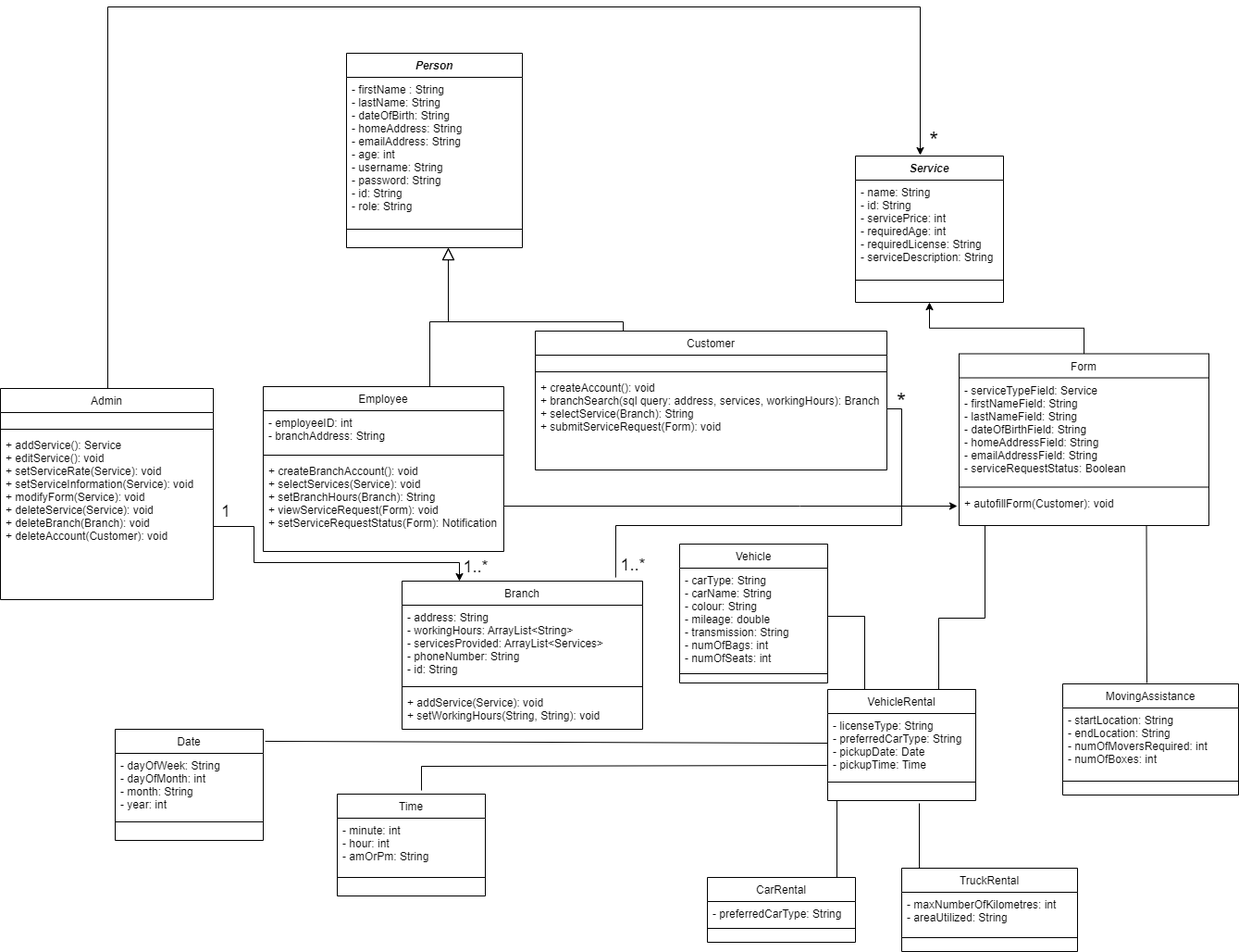
Before: UML Diagram (Updated).png, a diagram exported from draw.io (SEG2105-uottawa/GR_19). Source tidied: cells renumbered, new cells last; positions are measured from the earlier drawing's top-left corner, leaving out a move shared by most shapes.
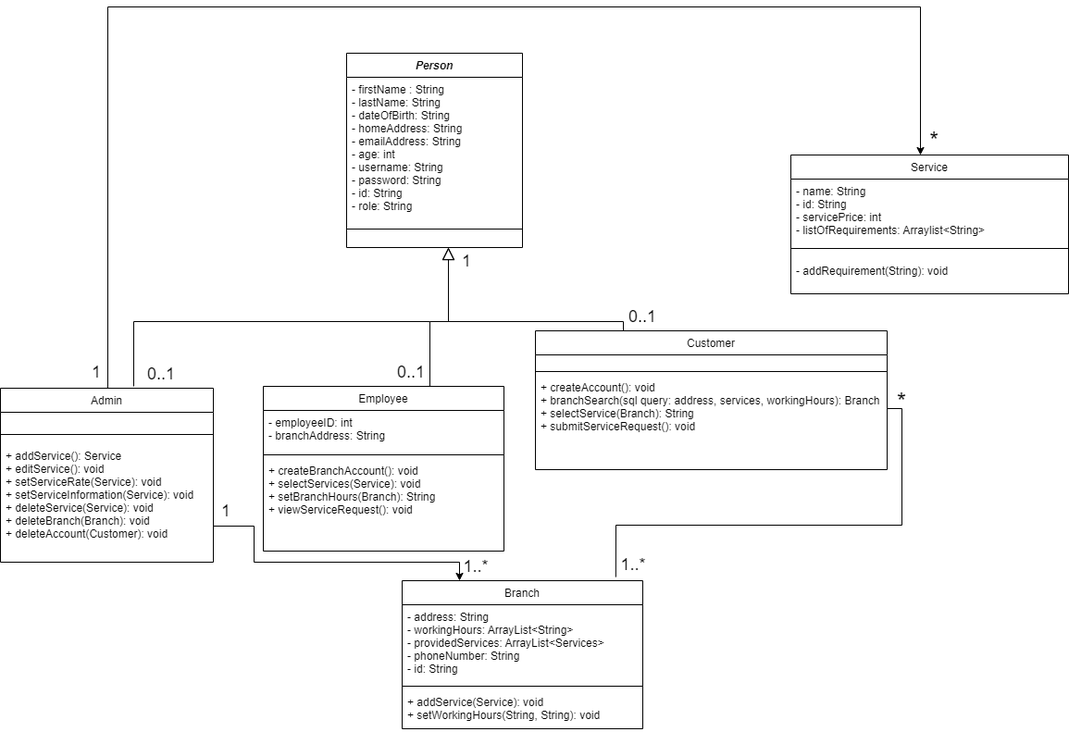
The same file after the commit.

The edit, as a diff of the source:
```diff
@@ -24,3 +24,3 @@
     <mxCell id="6" value="Admin" style="swimlane;fontStyle=0;align=center;verticalAlign=top;horizontal=1;startSize=26;rounded=0;shadow=0;strokeWidth=1;fontColor=default;fillColor=default;strokeColor=default;" parent="1" vertex="1">
-      <mxGeometry y="412" width="230" height="228" as="geometry" />
+      <mxGeometry y="412" width="230" height="188" as="geometry" />
     </mxCell>
@@ -30,16 +30,7 @@
     <mxCell id="8" style="line;html=1;strokeWidth=1;align=left;verticalAlign=middle;spacingTop=-1;spacingLeft=3;spacingRight=3;labelPosition=right;fillColor=default;strokeColor=default;fontColor=default;" parent="6" vertex="1">
-      <mxGeometry y="40" width="230" height="8" as="geometry" />
+      <mxGeometry y="40" width="230" height="20" as="geometry" />
     </mxCell>
-    <mxCell id="9" value="+ addService(): Service&#10;+ editService(): void&#10;+ setServiceRate(Service): void&#10;+ setServiceInformation(Service): void&#10;+ modifyForm(Service): void&#10;+ deleteService(Service): void&#10;+ deleteBranch(Branch): void&#10;+ deleteAccount(Customer): void" style="text;align=left;verticalAlign=top;spacingLeft=4;spacingRight=4;overflow=hidden;points=[[0,0.5],[1,0.5]];portConstraint=eastwest;fontStyle=0;fontColor=default;" parent="6" vertex="1">
-      <mxGeometry y="48" width="230" height="112" as="geometry" />
+    <mxCell id="9" value="+ addService(): Service&#10;+ editService(): void&#10;+ setServiceRate(Service): void&#10;+ setServiceInformation(Service): void&#10;+ deleteService(Service): void&#10;+ deleteBranch(Branch): void&#10;+ deleteAccount(Customer): void" style="text;align=left;verticalAlign=top;spacingLeft=4;spacingRight=4;overflow=hidden;points=[[0,0.5],[1,0.5]];portConstraint=eastwest;fontStyle=0;fontColor=default;" parent="6" vertex="1">
+      <mxGeometry y="60" width="230" height="112" as="geometry" />
     </mxCell>
-    <mxCell id="10" value="Service" style="swimlane;fontStyle=3;align=center;verticalAlign=top;horizontal=1;startSize=26;rounded=0;shadow=0;strokeWidth=1;" parent="1" vertex="1">
-      <mxGeometry x="924" y="161" width="160" height="158" as="geometry" />
-    </mxCell>
-    <mxCell id="11" value="- name: String&#10;- id: String&#10;- servicePrice: int&#10;- requiredAge: int&#10;- requiredLicense: String&#10;- serviceDescription: String" style="text;align=left;verticalAlign=top;spacingLeft=4;spacingRight=4;overflow=hidden;" parent="10" vertex="1">
-      <mxGeometry y="26" width="160" height="104" as="geometry" />
-    </mxCell>
-    <mxCell id="12" style="line;html=1;strokeWidth=1;align=left;verticalAlign=middle;spacingTop=-1;spacingLeft=3;spacingRight=3;labelPosition=right;" parent="10" vertex="1">
-      <mxGeometry y="130" width="160" height="8" as="geometry" />
-    </mxCell>
     <mxCell id="13" style="edgeStyle=orthogonalEdgeStyle;rounded=0;jettySize=auto;html=1;exitX=0.75;exitY=0;exitDx=0;exitDy=0;strokeColor=#000000;labelBackgroundColor=default;fontColor=default;endArrow=block;endFill=0;strokeWidth=1;endSize=11;" parent="1" edge="1" source="14">
@@ -63,3 +54,3 @@
     </mxCell>
-    <mxCell id="17" value="+ createBranchAccount(): void&#10;+ selectServices(Service): void&#10;+ setBranchHours(Branch): String&#10;+ viewServiceRequest(Form): void&#10;+ setServiceRequestStatus(Form): Notification" style="text;align=left;verticalAlign=top;spacingLeft=4;spacingRight=4;overflow=hidden;fontStyle=0;" parent="14" vertex="1">
+    <mxCell id="17" value="+ createBranchAccount(): void&#10;+ selectServices(Service): void&#10;+ setBranchHours(Branch): String&#10;+ viewServiceRequest(): void" style="text;align=left;verticalAlign=top;spacingLeft=4;spacingRight=4;overflow=hidden;fontStyle=0;" parent="14" vertex="1">
       <mxGeometry y="78" width="260" height="100" as="geometry" />
@@ -84,66 +75,5 @@
     </mxCell>
-    <mxCell id="22" value="+ createAccount(): void&#10;+ branchSearch(sql query: address, services, workingHours): Branch&#10;+ selectService(Branch): String&#10;+ submitServiceRequest(Form): void" style="text;align=left;verticalAlign=top;spacingLeft=4;spacingRight=4;overflow=hidden;points=[[0,0.5],[1,0.5]];portConstraint=eastwest;fontStyle=0;" parent="19" vertex="1">
+    <mxCell id="22" value="+ createAccount(): void&#10;+ branchSearch(sql query: address, services, workingHours): Branch&#10;+ selectService(Branch): String&#10;+ submitServiceRequest(): void" style="text;align=left;verticalAlign=top;spacingLeft=4;spacingRight=4;overflow=hidden;points=[[0,0.5],[1,0.5]];portConstraint=eastwest;fontStyle=0;" parent="19" vertex="1">
       <mxGeometry y="48" width="380" height="72" as="geometry" />
     </mxCell>
-    <mxCell id="23" style="edgeStyle=orthogonalEdgeStyle;rounded=0;jettySize=auto;html=1;exitX=0.5;exitY=0;exitDx=0;exitDy=0;entryX=0.5;entryY=1;entryDx=0;entryDy=0;strokeColor=#000000;" parent="1" edge="1" source="24" target="10">
-      <mxGeometry relative="1" as="geometry" />
-    </mxCell>
-    <mxCell id="24" value="Form" style="swimlane;fontStyle=0;align=center;verticalAlign=top;horizontal=1;startSize=26;rounded=0;shadow=0;strokeWidth=1;fontColor=default;" parent="1" vertex="1">
-      <mxGeometry x="1036" y="374.5" width="270" height="185.5" as="geometry" />
-    </mxCell>
-    <mxCell id="25" value="- serviceTypeField: Service&#10;- firstNameField: String&#10;- lastNameField: String&#10;- dateOfBirthField: String&#10;- homeAddressField: String&#10;- emailAddressField: String&#10;- serviceRequestStatus: Boolean" style="text;align=left;verticalAlign=top;spacingLeft=4;spacingRight=4;overflow=hidden;" parent="24" vertex="1">
-      <mxGeometry y="26" width="270" height="114" as="geometry" />
-    </mxCell>
-    <mxCell id="26" style="line;html=1;strokeWidth=1;align=left;verticalAlign=middle;spacingTop=-1;spacingLeft=3;spacingRight=3;labelPosition=right;" parent="24" vertex="1">
-      <mxGeometry y="140" width="270" height="8" as="geometry" />
-    </mxCell>
-    <mxCell id="27" value="+ autofillForm(Customer): void" style="text;align=left;verticalAlign=top;spacingLeft=4;spacingRight=4;overflow=hidden;fontStyle=0;" parent="24" vertex="1">
-      <mxGeometry y="148" width="270" height="26" as="geometry" />
-    </mxCell>
-    <mxCell id="28" value="CarRental" style="swimlane;fontStyle=0;align=center;verticalAlign=top;horizontal=1;startSize=26;rounded=0;shadow=0;strokeWidth=1;" parent="1" vertex="1">
-      <mxGeometry x="764" y="940" width="160" height="70" as="geometry" />
-    </mxCell>
-    <mxCell id="29" value="- preferredCarType: String&#10;" style="text;align=left;verticalAlign=top;spacingLeft=4;spacingRight=4;overflow=hidden;" parent="28" vertex="1">
-      <mxGeometry y="26" width="160" height="24" as="geometry" />
-    </mxCell>
-    <mxCell id="30" style="line;html=1;strokeWidth=1;align=left;verticalAlign=middle;spacingTop=-1;spacingLeft=3;spacingRight=3;labelPosition=right;" parent="28" vertex="1">
-      <mxGeometry y="50" width="160" height="10" as="geometry" />
-    </mxCell>
-    <mxCell id="31" value="TruckRental" style="swimlane;fontStyle=0;align=center;verticalAlign=top;horizontal=1;startSize=26;rounded=0;shadow=0;strokeWidth=1;" parent="1" vertex="1">
-      <mxGeometry x="974" y="930" width="190" height="90" as="geometry" />
-    </mxCell>
-    <mxCell id="32" value="- maxNumberOfKilometres: int&#10;- areaUtilized: String" style="text;align=left;verticalAlign=top;spacingLeft=4;spacingRight=4;overflow=hidden;" parent="31" vertex="1">
-      <mxGeometry y="26" width="190" height="44" as="geometry" />
-    </mxCell>
-    <mxCell id="33" style="line;html=1;strokeWidth=1;align=left;verticalAlign=middle;spacingTop=-1;spacingLeft=3;spacingRight=3;labelPosition=right;" parent="31" vertex="1">
-      <mxGeometry y="70" width="190" height="10" as="geometry" />
-    </mxCell>
-    <mxCell id="34" value="VehicleRental" style="swimlane;fontStyle=0;align=center;verticalAlign=top;horizontal=1;startSize=26;rounded=0;shadow=0;strokeWidth=1;" parent="1" vertex="1">
-      <mxGeometry x="894" y="737" width="160" height="120" as="geometry" />
-    </mxCell>
-    <mxCell id="35" value="- licenseType: String&#10;- preferredCarType: String&#10;- pickupDate: Date&#10;- pickupTime: Time&#10;" style="text;align=left;verticalAlign=top;spacingLeft=4;spacingRight=4;overflow=hidden;points=[[0,0.5],[1,0.5]];portConstraint=eastwest;" parent="34" vertex="1">
-      <mxGeometry y="26" width="160" height="64" as="geometry" />
-    </mxCell>
-    <mxCell id="36" style="line;html=1;strokeWidth=1;align=left;verticalAlign=middle;spacingTop=-1;spacingLeft=3;spacingRight=3;labelPosition=right;" parent="34" vertex="1">
-      <mxGeometry y="90" width="160" height="20" as="geometry" />
-    </mxCell>
-    <mxCell id="37" value="MovingAssistance" style="swimlane;fontStyle=0;align=center;verticalAlign=top;horizontal=1;startSize=26;rounded=0;shadow=0;strokeWidth=1;fillColor=default;strokeColor=default;fontColor=default;" parent="1" vertex="1">
-      <mxGeometry x="1148" y="731" width="190" height="120" as="geometry" />
-    </mxCell>
-    <mxCell id="38" value="- startLocation: String&#10;- endLocation: String&#10;- numOfMoversRequired: int&#10;- numOfBoxes: int" style="text;align=left;verticalAlign=top;spacingLeft=4;spacingRight=4;overflow=hidden;" parent="37" vertex="1">
-      <mxGeometry y="26" width="190" height="74" as="geometry" />
-    </mxCell>
-    <mxCell id="39" style="line;html=1;strokeWidth=1;align=left;verticalAlign=middle;spacingTop=-1;spacingLeft=3;spacingRight=3;labelPosition=right;" parent="37" vertex="1">
-      <mxGeometry y="100" width="190" height="10" as="geometry" />
-    </mxCell>
-    <mxCell id="40" style="edgeStyle=orthogonalEdgeStyle;rounded=0;orthogonalLoop=1;jettySize=auto;html=1;strokeColor=#000000;" parent="1" edge="1">
-      <mxGeometry relative="1" as="geometry">
-        <mxPoint x="544" y="539" as="sourcePoint" />
-        <mxPoint x="1034" y="539" as="targetPoint" />
-        <Array as="points">
-          <mxPoint x="864" y="539" />
-          <mxPoint x="864" y="539" />
-        </Array>
-      </mxGeometry>
-    </mxCell>
     <mxCell id="41" style="edgeStyle=orthogonalEdgeStyle;rounded=0;jettySize=auto;html=1;exitX=1;exitY=0.5;exitDx=0;exitDy=0;strokeColor=#000000;labelBackgroundColor=default;fontColor=default;" parent="1" edge="1" source="9">
@@ -159,29 +89,2 @@
     </mxCell>
-    <mxCell id="42" value="Date" style="swimlane;fontStyle=0;align=center;verticalAlign=top;horizontal=1;startSize=26;rounded=0;shadow=0;strokeWidth=1;" parent="1" vertex="1">
-      <mxGeometry x="124" y="780" width="160" height="120" as="geometry" />
-    </mxCell>
-    <mxCell id="43" value="- dayOfWeek: String&#10;- dayOfMonth: int&#10;- month: String&#10;- year: int" style="text;align=left;verticalAlign=top;spacingLeft=4;spacingRight=4;overflow=hidden;" parent="42" vertex="1">
-      <mxGeometry y="26" width="160" height="64" as="geometry" />
-    </mxCell>
-    <mxCell id="44" style="line;html=1;strokeWidth=1;align=left;verticalAlign=middle;spacingTop=-1;spacingLeft=3;spacingRight=3;labelPosition=right;" parent="42" vertex="1">
-      <mxGeometry y="90" width="160" height="20" as="geometry" />
-    </mxCell>
-    <mxCell id="45" value="Time" style="swimlane;fontStyle=0;align=center;verticalAlign=top;horizontal=1;startSize=26;rounded=0;shadow=0;strokeWidth=1;" parent="1" vertex="1">
-      <mxGeometry x="364" y="850" width="160" height="110" as="geometry" />
-    </mxCell>
-    <mxCell id="46" value="- minute: int&#10;- hour: int&#10;- amOrPm: String" style="text;align=left;verticalAlign=top;spacingLeft=4;spacingRight=4;overflow=hidden;" parent="45" vertex="1">
-      <mxGeometry y="26" width="160" height="54" as="geometry" />
-    </mxCell>
-    <mxCell id="47" style="line;html=1;strokeWidth=1;align=left;verticalAlign=middle;spacingTop=-1;spacingLeft=3;spacingRight=3;labelPosition=right;" parent="45" vertex="1">
-      <mxGeometry y="80" width="160" height="20" as="geometry" />
-    </mxCell>
-    <mxCell id="48" value="Vehicle" style="swimlane;fontStyle=0;align=center;verticalAlign=top;horizontal=1;startSize=26;rounded=0;shadow=0;strokeWidth=1;" parent="1" vertex="1">
-      <mxGeometry x="734" y="580" width="160" height="150" as="geometry" />
-    </mxCell>
-    <mxCell id="49" value="- carType: String&#10;- carName: String&#10;- colour: String&#10;- mileage: double&#10;- transmission: String&#10;- numOfBags: int&#10;- numOfSeats: int&#10;- " style="text;align=left;verticalAlign=top;spacingLeft=4;spacingRight=4;overflow=hidden;points=[[0,0.5],[1,0.5]];portConstraint=eastwest;" parent="48" vertex="1">
-      <mxGeometry y="26" width="160" height="104" as="geometry" />
-    </mxCell>
-    <mxCell id="50" style="line;html=1;strokeWidth=1;align=left;verticalAlign=middle;spacingTop=-1;spacingLeft=3;spacingRight=3;labelPosition=right;" parent="48" vertex="1">
-      <mxGeometry y="130" width="160" height="20" as="geometry" />
-    </mxCell>
     <mxCell id="51" value="1..*" style="text;html=1;strokeColor=none;fillColor=none;align=center;verticalAlign=middle;whiteSpace=wrap;rounded=0;fontColor=default;fontSize=18;" parent="1" vertex="1">
@@ -195,9 +98,2 @@
     </mxCell>
-    <mxCell id="54" style="endArrow=none;html=1;rounded=0;labelBackgroundColor=default;fontColor=default;endSize=11;strokeColor=default;strokeWidth=1;entryX=-0.006;entryY=0.875;entryDx=0;entryDy=0;entryPerimeter=0;exitX=0.569;exitY=-0.036;exitDx=0;exitDy=0;exitPerimeter=0;" parent="1" edge="1" source="45" target="35">
-      <mxGeometry relative="1" as="geometry">
-        <Array as="points">
-          <mxPoint x="455" y="820" />
-        </Array>
-      </mxGeometry>
-    </mxCell>
     <mxCell id="55" style="endArrow=none;html=1;rounded=0;labelBackgroundColor=default;fontColor=default;endSize=11;strokeColor=default;strokeWidth=1;exitX=1;exitY=0.5;exitDx=0;exitDy=0;entryX=0.888;entryY=-0.025;entryDx=0;entryDy=0;entryPerimeter=0;" parent="1" edge="1" source="22" target="64">
@@ -217,37 +113,2 @@
     </mxCell>
-    <mxCell id="58" style="endArrow=none;html=1;rounded=0;labelBackgroundColor=default;fontSize=18;fontColor=default;endSize=11;strokeColor=default;strokeWidth=1;exitX=1.013;exitY=0.108;exitDx=0;exitDy=0;exitPerimeter=0;entryX=0;entryY=0.5;entryDx=0;entryDy=0;" parent="1" edge="1" source="42" target="35">
-      <mxGeometry relative="1" as="geometry" />
-    </mxCell>
-    <mxCell id="59" style="endArrow=none;html=1;rounded=0;labelBackgroundColor=default;fontSize=18;fontColor=default;endSize=11;strokeColor=default;strokeWidth=1;entryX=0.25;entryY=0;entryDx=0;entryDy=0;exitX=1;exitY=0.5;exitDx=0;exitDy=0;" parent="1" edge="1" source="49" target="34">
-      <mxGeometry relative="1" as="geometry">
-        <Array as="points">
-          <mxPoint x="934" y="658" />
-        </Array>
-      </mxGeometry>
-    </mxCell>
-    <mxCell id="60" style="endArrow=none;html=1;rounded=0;labelBackgroundColor=default;fontSize=18;fontColor=default;endSize=11;strokeColor=default;strokeWidth=1;exitX=0.75;exitY=0;exitDx=0;exitDy=0;" parent="1" edge="1" source="34">
-      <mxGeometry relative="1" as="geometry">
-        <mxPoint x="1064" y="560" as="targetPoint" />
-        <Array as="points">
-          <mxPoint x="1014" y="660" />
-          <mxPoint x="1064" y="660" />
-        </Array>
-      </mxGeometry>
-    </mxCell>
-    <mxCell id="61" style="endArrow=none;html=1;rounded=0;labelBackgroundColor=default;fontSize=18;fontColor=default;endSize=11;strokeColor=default;strokeWidth=1;entryX=0.75;entryY=1;entryDx=0;entryDy=0;" parent="1" edge="1" target="24">
-      <mxGeometry relative="1" as="geometry">
-        <mxPoint x="1239" y="730" as="sourcePoint" />
-      </mxGeometry>
-    </mxCell>
-    <mxCell id="62" style="endArrow=none;html=1;rounded=0;labelBackgroundColor=default;fontSize=18;fontColor=default;endSize=11;strokeColor=default;strokeWidth=1;" parent="1" edge="1">
-      <mxGeometry relative="1" as="geometry">
-        <mxPoint x="904" y="940" as="sourcePoint" />
-        <mxPoint x="904" y="857" as="targetPoint" />
-      </mxGeometry>
-    </mxCell>
-    <mxCell id="63" style="endArrow=none;html=1;rounded=0;labelBackgroundColor=default;fontSize=18;fontColor=default;endSize=11;strokeColor=default;strokeWidth=1;entryX=0.1;entryY=0;entryDx=0;entryDy=0;entryPerimeter=0;" parent="1" edge="1" target="31">
-      <mxGeometry relative="1" as="geometry">
-        <mxPoint x="993" y="860" as="sourcePoint" />
-      </mxGeometry>
-    </mxCell>
     <mxCell id="64" value="Branch" style="swimlane;fontStyle=0;align=center;verticalAlign=top;horizontal=1;startSize=26;rounded=0;shadow=0;strokeWidth=1;" parent="1" vertex="1">
@@ -255,3 +116,3 @@
     </mxCell>
-    <mxCell id="65" value="- address: String&#10;- workingHours: ArrayList&lt;String&gt;&#10;- servicesProvided: ArrayList&lt;Services&gt;&#10;- phoneNumber: String&#10;- id: String" style="text;align=left;verticalAlign=top;spacingLeft=4;spacingRight=4;overflow=hidden;" parent="64" vertex="1">
+    <mxCell id="65" value="- address: String&#10;- workingHours: ArrayList&lt;String&gt;&#10;- providedServices: ArrayList&lt;Services&gt;&#10;- phoneNumber: String&#10;- id: String" style="text;align=left;verticalAlign=top;spacingLeft=4;spacingRight=4;overflow=hidden;" parent="64" vertex="1">
       <mxGeometry y="26" width="260" height="84" as="geometry" />
@@ -264,2 +125,38 @@
     </mxCell>
+    <mxCell id="10" value="Service" style="swimlane;fontStyle=0;align=center;verticalAlign=top;horizontal=1;startSize=26;rounded=0;shadow=0;strokeWidth=1;" parent="1" vertex="1">
+      <mxGeometry x="854" y="160" width="300" height="150" as="geometry" />
+    </mxCell>
+    <mxCell id="68" value="- name: String&#10;- id: String&#10;- servicePrice: int&#10;- listOfRequirements: Arraylist&lt;String&gt;" style="text;align=left;verticalAlign=top;spacingLeft=4;spacingRight=4;overflow=hidden;" parent="10" vertex="1">
+      <mxGeometry y="26" width="300" height="64" as="geometry" />
+    </mxCell>
+    <mxCell id="69" style="line;html=1;strokeWidth=1;align=left;verticalAlign=middle;spacingTop=-1;spacingLeft=3;spacingRight=3;labelPosition=right;" parent="10" vertex="1">
+      <mxGeometry y="90" width="300" height="22" as="geometry" />
+    </mxCell>
+    <mxCell id="70" value="- addRequirement(String): void" style="text;align=left;verticalAlign=top;spacingLeft=4;spacingRight=4;overflow=hidden;fontStyle=0;" parent="10" vertex="1">
+      <mxGeometry y="112" width="300" height="28" as="geometry" />
+    </mxCell>
+    <mxCell id="71" value="0..1" style="text;html=1;strokeColor=none;fillColor=none;align=center;verticalAlign=middle;whiteSpace=wrap;rounded=0;fontColor=default;fontSize=18;" parent="1" vertex="1">
+      <mxGeometry x="664" y="320" width="60" height="30" as="geometry" />
+    </mxCell>
+    <mxCell id="72" value="0..1" style="text;html=1;strokeColor=none;fillColor=none;align=center;verticalAlign=middle;whiteSpace=wrap;rounded=0;fontColor=default;fontSize=18;" parent="1" vertex="1">
+      <mxGeometry x="414" y="380" width="60" height="30" as="geometry" />
+    </mxCell>
+    <mxCell id="73" value="1" style="text;html=1;strokeColor=none;fillColor=none;align=center;verticalAlign=middle;whiteSpace=wrap;rounded=0;fontColor=default;fontSize=18;" parent="1" vertex="1">
+      <mxGeometry x="474" y="260" width="60" height="30" as="geometry" />
+    </mxCell>
+    <mxCell id="74" value="1" style="text;html=1;strokeColor=none;fillColor=none;align=center;verticalAlign=middle;whiteSpace=wrap;rounded=0;fontColor=default;fontSize=18;" parent="1" vertex="1">
+      <mxGeometry x="74" y="380" width="60" height="30" as="geometry" />
+    </mxCell>
+    <mxCell id="75" style="endArrow=none;html=1;rounded=0;" parent="1" edge="1">
+      <mxGeometry relative="1" as="geometry">
+        <mxPoint x="464" y="340" as="sourcePoint" />
+        <mxPoint x="144" y="410" as="targetPoint" />
+        <Array as="points">
+          <mxPoint x="144" y="340" />
+        </Array>
+      </mxGeometry>
+    </mxCell>
+    <mxCell id="76" value="0..1" style="text;html=1;strokeColor=none;fillColor=none;align=center;verticalAlign=middle;whiteSpace=wrap;rounded=0;fontColor=default;fontSize=18;" parent="1" vertex="1">
+      <mxGeometry x="144" y="382" width="60" height="30" as="geometry" />
+    </mxCell>
   </root>
```
